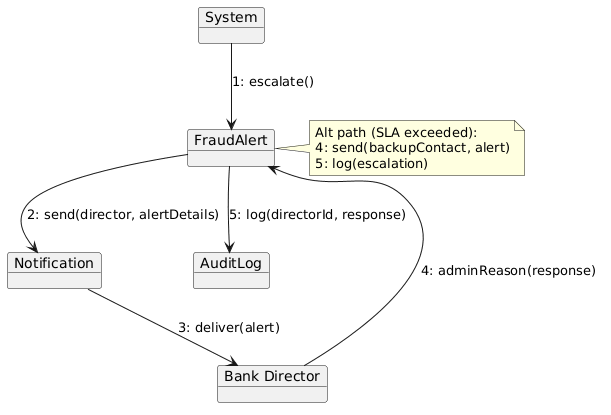
The PlantUML diagram Diagrams/Collaboration Diagrams/BS_FD_03.png in erindkotobelli12/BankManagementSystem, before a commit.
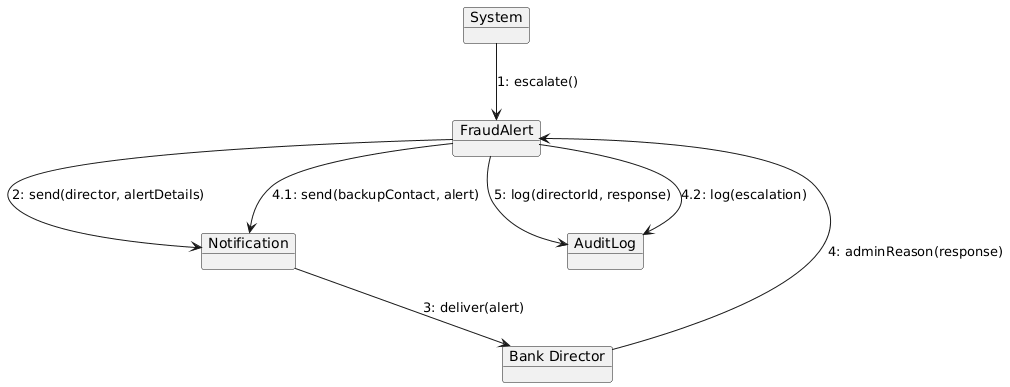
The same diagram one commit later.

The edit, as a diff of the source:
```diff
@@ -1,21 +1,16 @@
 @startuml
-skinparam objectStyle rectangle
-
-object "System" as SYS
+object "System" as S
 object "FraudAlert" as FA
 object "Notification" as N
 object "Bank Director" as BD
 object "AuditLog" as AL
 
-SYS --> FA : 1: escalate()
-FA  --> N  : 2: send(director, alertDetails)
-N   --> BD : 3: deliver(alert)
-BD  --> FA : 4: adminReason(response)
-FA  --> AL : 5: log(directorId, response)
+S --> FA : 1: escalate()
+FA --> N : 2: send(director, alertDetails)
+N --> BD : 3: deliver(alert)
+BD --> FA : 4: adminReason(response)
+FA --> AL : 5: log(directorId, response)
 
-note right of FA #lightyellow
-  Alt path (SLA exceeded):
-  4: send(backupContact, alert)
-  5: log(escalation)
-end note
+FA --> N : 4.1: send(backupContact, alert)
+FA --> AL : 4.2: log(escalation)
 @enduml
```
